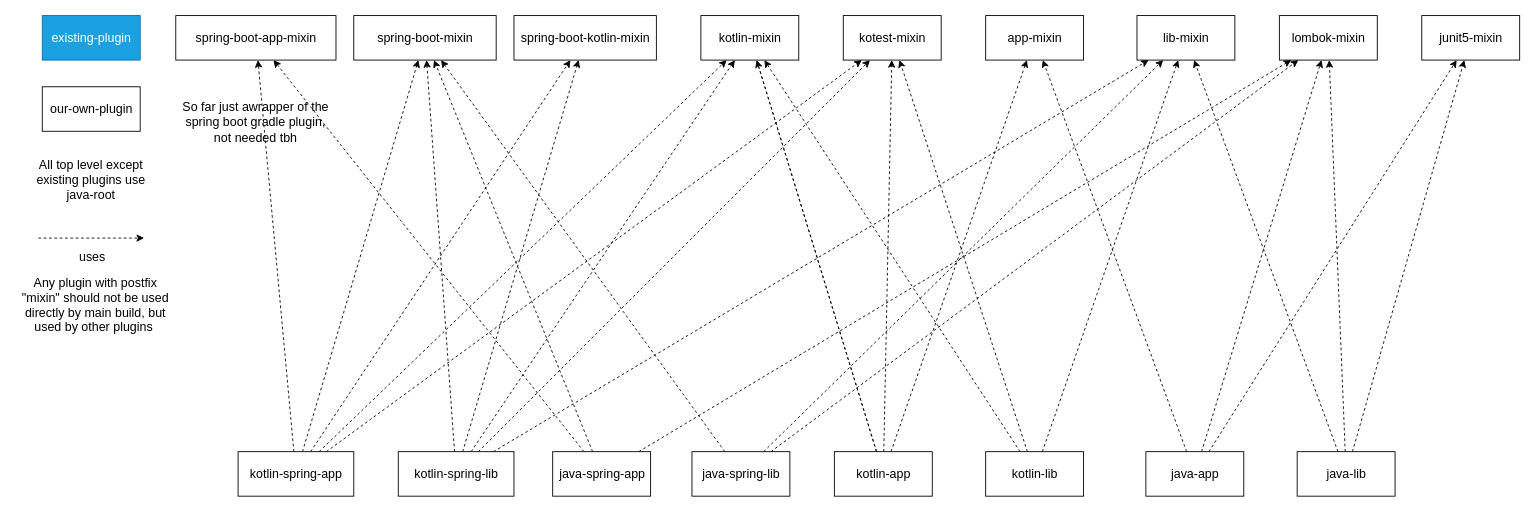
CXwudi/modern-gradle-template keeps this draw.io diagram as build-logic/plugins/gradle plugins structure.drawio. Above is the earlier version. Source tidied: cells renumbered, new cells numbered last; positions are measured from the earlier drawing's top-left corner, leaving out a move shared by most shapes. Both pictures are drawn from the tidied source at 89%, with x=0, y=0 at pixel (15, 15).
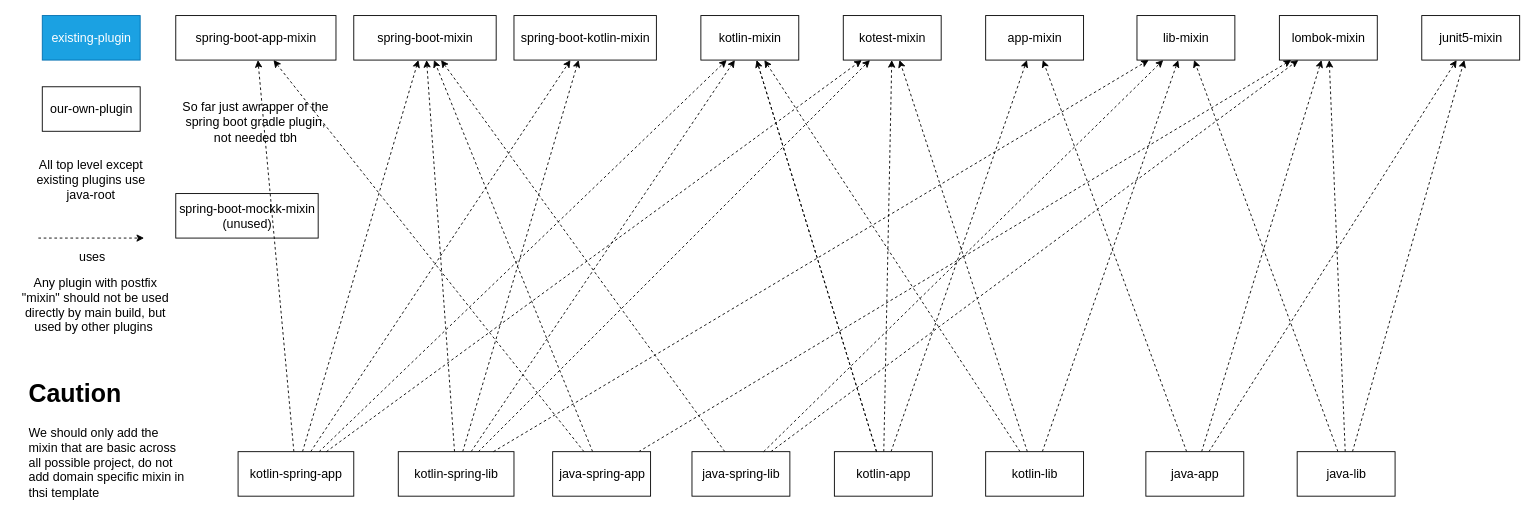
The same page after the edit.

Change to the diagram source:
```diff
@@
+    <mxCell id="55" value="spring-boot-mockk-mixin&lt;br&gt;(unused)" style="html=1;fontSize=14;" parent="1" vertex="1">
+      <mxGeometry x="180" y="200" width="160" height="50" as="geometry" />
+    </mxCell>
@@
+    <mxCell id="56" value="&lt;h1&gt;Caution&amp;nbsp;&lt;/h1&gt;&lt;p&gt;We should only add the mixin that are basic across all possible project, do not add domain specific mixin in thsi template&amp;nbsp;&lt;/p&gt;" style="text;html=1;strokeColor=none;fillColor=none;spacing=5;spacingTop=-20;whiteSpace=wrap;overflow=hidden;rounded=0;fontFamily=Helvetica;fontSize=14;fontColor=default;" parent="1" vertex="1">
+      <mxGeometry x="10" y="400" width="190" height="150" as="geometry" />
+    </mxCell>
```
